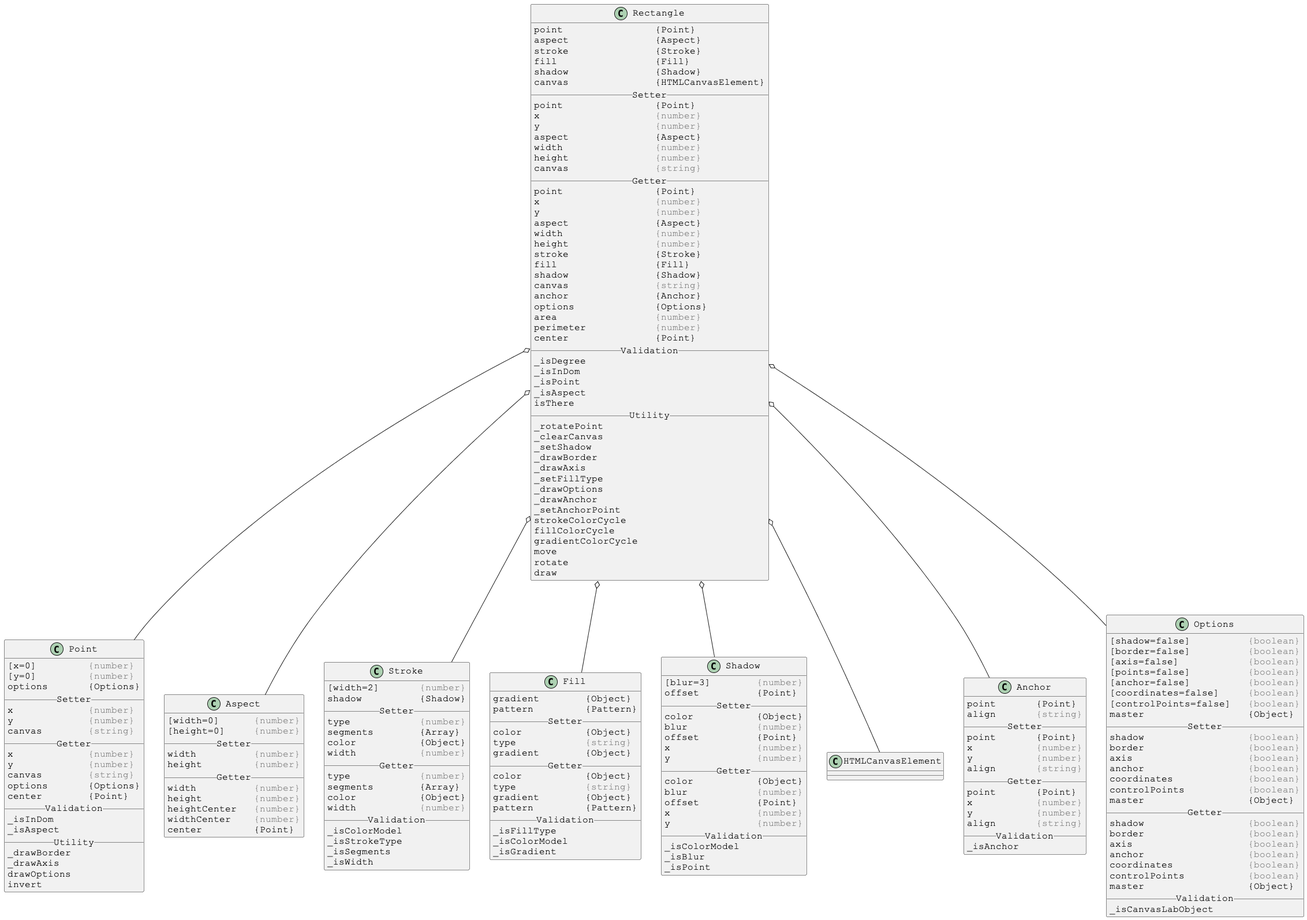
Before: docs/PlantUml/images/linked/Rectangle-linked.png, a diagram exported from PlantUML (Justin-Byrne/canvasLab).
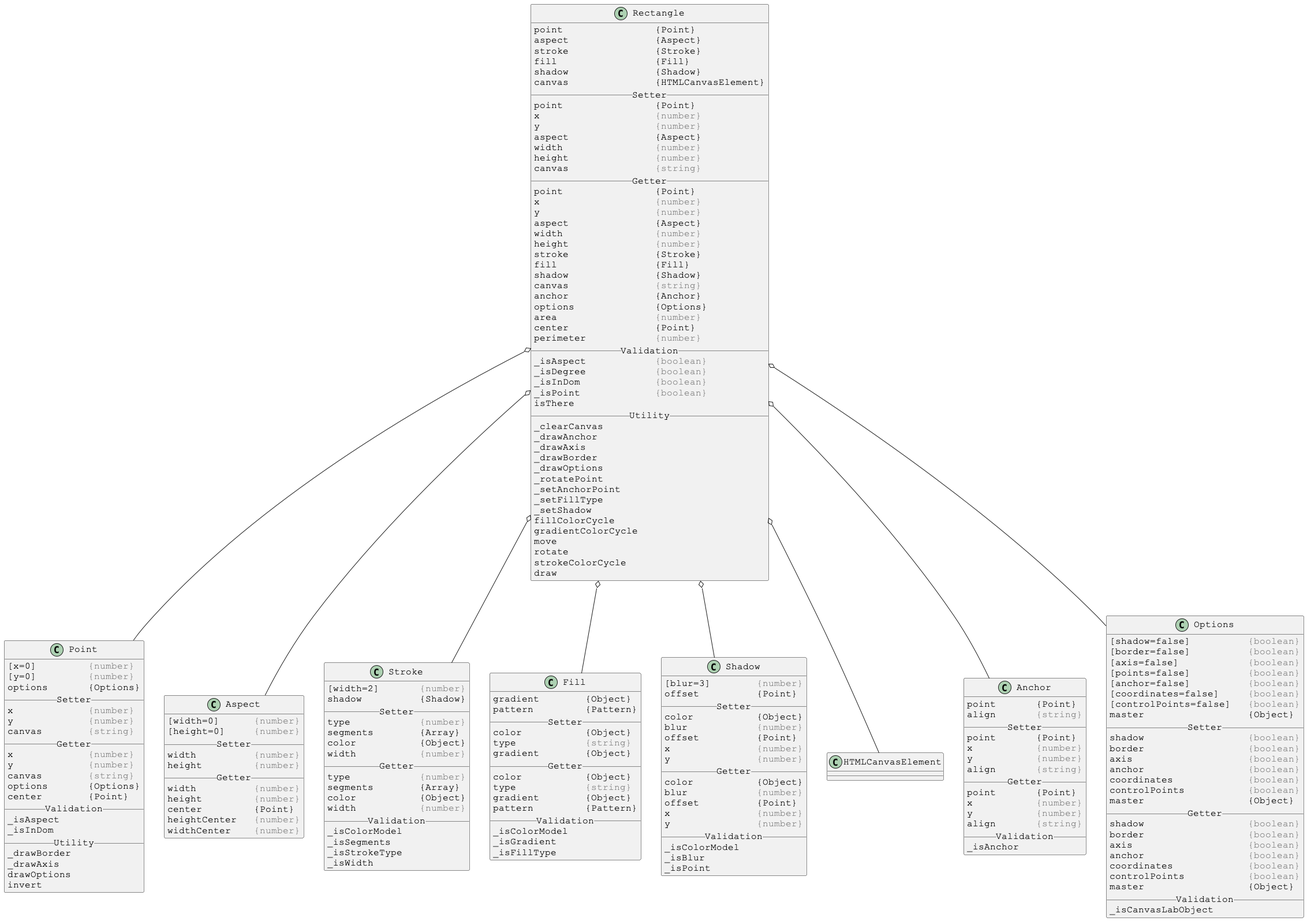
Later version of the same file.

What changed in the source:
```diff
@@ -32,29 +32,29 @@
 anchor               {Anchor}
 options              {Options}
 area                 <color:gray>{number}</color>
+center               {Point}
 perimeter            <color:gray>{number}</color>
-center               {Point}
 __ Validation __
-_isDegree
-_isInDom
-_isPoint
-_isAspect
+_isAspect            <color:gray>{boolean}</color>
+_isDegree            <color:gray>{boolean}</color>
+_isInDom             <color:gray>{boolean}</color>
+_isPoint             <color:gray>{boolean}</color>
 isThere
 __ Utility __
+_clearCanvas
+_drawAnchor
+_drawAxis
+_drawBorder
+_drawOptions
 _rotatePoint
-_clearCanvas
+_setAnchorPoint
+_setFillType
 _setShadow
-_drawBorder
-_drawAxis
-_setFillType
-_drawOptions
-_drawAnchor
-_setAnchorPoint
-strokeColorCycle
 fillColorCycle
 gradientColorCycle
 move
 rotate
+strokeColorCycle
 draw
 }
 
@@ -87,8 +87,8 @@
 options       {Options}
 center        {Point}
 __ Validation __
+_isAspect
 _isInDom
-_isAspect
 __ Utility __
 _drawBorder
 _drawAxis
@@ -110,9 +110,9 @@
 __ Getter __
 width          <color:gray>{number}</color>
 height         <color:gray>{number}</color>
+center         {Point}
 heightCenter   <color:gray>{number}</color>
 widthCenter    <color:gray>{number}</color>
-center         {Point}
 }
 
 
@@ -135,8 +135,8 @@
 width           <color:gray>{number}</color>
 __ Validation __
 _isColorModel
+_isSegments
 _isStrokeType
-_isSegments
 _isWidth
 }
 
@@ -158,9 +158,9 @@
 gradient        {Object}
 pattern         {Pattern}
 __ Validation __
-_isFillType
 _isColorModel
 _isGradient
+_isFillType
 }
 
 
```
